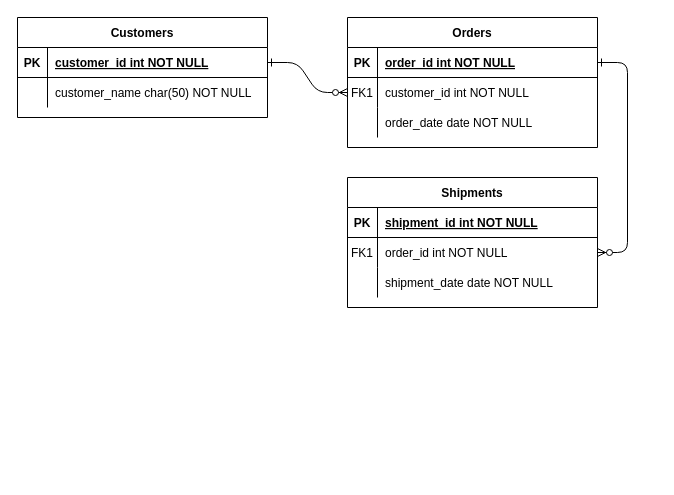
Before: Untitled Diagram.drawio in meghadhabali/sql, a draw.io diagram. Source tidied: cells renumbered, new cells numbered last; positions are measured from the earlier drawing's top-left corner, leaving out a move shared by most shapes. Both pictures are drawn from the tidied source at 100%, with x=0, y=0 at pixel (17, 17).
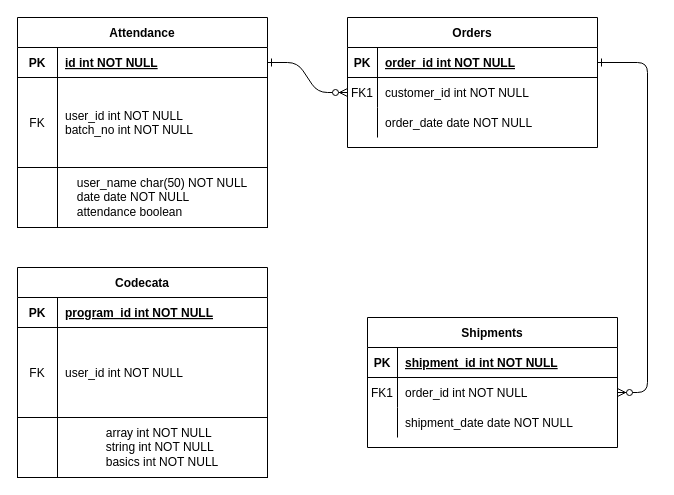
The same page after the edit.

Commit message:
Zen_ER_Diagram

Unchanged cells that the change refers to:
```xml
<mxCell id="25" style="shape=partialRectangle;fillColor=none;points=[[0,0.5],[1,0.5]];portConstraint=eastwest;top=0;left=0;right=0;bottom=1;" parent="24" vertex="1">
  <mxGeometry y="30" width="250" height="30" as="geometry" />
</mxCell>
```

Change to the diagram source:
```diff
@@
     <mxCell id="14" value="Shipments" style="shape=table;startSize=30;childLayout=tableLayout;rowLines=0;fontStyle=1;align=center;" parent="1" vertex="1">
-      <mxGeometry x="330" y="160" width="250" height="130" as="geometry" />
+      <mxGeometry x="350" y="300" width="250" height="130" as="geometry" />
     </mxCell>
@@
-    <mxCell id="24" value="Customers" style="shape=table;startSize=30;childLayout=tableLayout;rowLines=0;fontStyle=1;align=center;" parent="1" vertex="1">
-      <mxGeometry width="250" height="100" as="geometry" />
+    <mxCell id="24" value="Attendance" style="shape=table;startSize=30;childLayout=tableLayout;rowLines=0;fontStyle=1;align=center;" parent="1" vertex="1">
+      <mxGeometry width="250" height="150" as="geometry" />
     </mxCell>
@@
     <mxCell id="26" value="PK" style="shape=partialRectangle;overflow=hidden;fillColor=none;top=0;left=0;bottom=0;right=0;fontStyle=1;" parent="25" vertex="1">
-      <mxGeometry width="30" height="30" as="geometry" />
+      <mxGeometry width="40" height="30" as="geometry" />
     </mxCell>
-    <mxCell id="27" value="customer_id int NOT NULL " style="shape=partialRectangle;overflow=hidden;fillColor=none;top=0;left=0;bottom=0;right=0;align=left;spacingLeft=6;fontStyle=5;" parent="25" vertex="1">
-      <mxGeometry x="30" width="220" height="30" as="geometry" />
+    <mxCell id="27" value="id int NOT NULL " style="shape=partialRectangle;overflow=hidden;fillColor=none;top=0;left=0;bottom=0;right=0;align=left;spacingLeft=6;fontStyle=5;" parent="25" vertex="1">
+      <mxGeometry x="40" width="210" height="30" as="geometry" />
     </mxCell>
     <mxCell id="28" style="shape=partialRectangle;fillColor=none;top=0;left=0;right=0;bottom=0;" parent="24" vertex="1">
-      <mxGeometry y="60" width="250" height="30" as="geometry" />
+      <mxGeometry y="60" width="250" height="90" as="geometry" />
     </mxCell>
-    <mxCell id="29" style="shape=partialRectangle;overflow=hidden;fillColor=none;top=0;left=0;bottom=0;right=0;" parent="28" vertex="1">
-      <mxGeometry width="30" height="30" as="geometry" />
+    <mxCell id="29" value="FK" style="shape=partialRectangle;overflow=hidden;fillColor=none;top=0;left=0;bottom=0;right=0;" parent="28" vertex="1">
+      <mxGeometry width="40" height="90" as="geometry" />
     </mxCell>
-    <mxCell id="30" value="customer_name char(50) NOT NULL" style="shape=partialRectangle;overflow=hidden;fillColor=none;top=0;left=0;bottom=0;right=0;align=left;spacingLeft=6;" parent="28" vertex="1">
-      <mxGeometry x="30" width="220" height="30" as="geometry" />
+    <mxCell id="30" value="user_id int NOT NULL&#10;batch_no int NOT NULL" style="shape=partialRectangle;overflow=hidden;fillColor=none;top=0;left=0;bottom=0;right=0;align=left;spacingLeft=6;" parent="28" vertex="1">
+      <mxGeometry x="40" width="210" height="90" as="geometry" />
     </mxCell>
+    <mxCell id="31" value="&lt;div style=&quot;text-align: justify&quot;&gt;&lt;span style=&quot;text-align: left&quot;&gt;user_name char(50) NOT NULL&lt;/span&gt;&lt;/div&gt;&lt;span style=&quot;text-align: left&quot;&gt;&lt;div style=&quot;text-align: justify&quot;&gt;&lt;span&gt;date date NOT NULL&lt;/span&gt;&lt;/div&gt;&lt;/span&gt;&lt;span style=&quot;text-align: left&quot;&gt;&lt;div style=&quot;text-align: justify&quot;&gt;&lt;span&gt;attendance boolean&lt;/span&gt;&lt;/div&gt;&lt;/span&gt;" style="rounded=0;whiteSpace=wrap;html=1;" parent="1" vertex="1">
+      <mxGeometry x="40" y="150" width="210" height="60" as="geometry" />
+    </mxCell>
+    <mxCell id="32" style="rounded=0;whiteSpace=wrap;html=1;" parent="1" vertex="1">
+      <mxGeometry y="150" width="40" height="60" as="geometry" />
+    </mxCell>
+    <mxCell id="33" value="&lt;div style=&quot;text-align: justify&quot;&gt;&lt;span style=&quot;text-align: left&quot;&gt;array int NOT NULL&lt;/span&gt;&lt;/div&gt;&lt;span style=&quot;text-align: left&quot;&gt;&lt;div style=&quot;text-align: justify&quot;&gt;&lt;span&gt;string int NOT NULL&lt;/span&gt;&lt;/div&gt;&lt;div style=&quot;text-align: justify&quot;&gt;&lt;span style=&quot;text-align: center&quot;&gt;basics int NOT NULL&lt;/span&gt;&lt;/div&gt;&lt;/span&gt;" style="rounded=0;whiteSpace=wrap;html=1;" parent="1" vertex="1">
+      <mxGeometry x="40" y="400" width="210" height="60" as="geometry" />
+    </mxCell>
+    <mxCell id="34" style="rounded=0;whiteSpace=wrap;html=1;" parent="1" vertex="1">
+      <mxGeometry y="400" width="40" height="60" as="geometry" />
+    </mxCell>
+    <mxCell id="35" value="Codecata" style="shape=table;startSize=30;childLayout=tableLayout;rowLines=0;fontStyle=1;align=center;" parent="1" vertex="1">
+      <mxGeometry y="250" width="250" height="150" as="geometry" />
+    </mxCell>
+    <mxCell id="36" style="shape=partialRectangle;fillColor=none;top=0;left=0;right=0;bottom=1;" parent="35" vertex="1">
+      <mxGeometry y="30" width="250" height="30" as="geometry" />
+    </mxCell>
+    <mxCell id="37" value="PK" style="shape=partialRectangle;overflow=hidden;fillColor=none;top=0;left=0;bottom=0;right=0;fontStyle=1;" parent="36" vertex="1">
+      <mxGeometry width="40" height="30" as="geometry" />
+    </mxCell>
+    <mxCell id="38" value="program_id int NOT NULL " style="shape=partialRectangle;overflow=hidden;fillColor=none;top=0;left=0;bottom=0;right=0;align=left;spacingLeft=6;fontStyle=5;" parent="36" vertex="1">
+      <mxGeometry x="40" width="210" height="30" as="geometry" />
+    </mxCell>
+    <mxCell id="39" style="shape=partialRectangle;fillColor=none;top=0;left=0;right=0;bottom=0;" parent="35" vertex="1">
+      <mxGeometry y="60" width="250" height="90" as="geometry" />
+    </mxCell>
+    <mxCell id="40" value="FK" style="shape=partialRectangle;overflow=hidden;fillColor=none;top=0;left=0;bottom=0;right=0;" parent="39" vertex="1">
+      <mxGeometry width="40" height="90" as="geometry" />
+    </mxCell>
+    <mxCell id="41" value="user_id int NOT NULL" style="shape=partialRectangle;overflow=hidden;fillColor=none;top=0;left=0;bottom=0;right=0;align=left;spacingLeft=6;" parent="39" vertex="1">
+      <mxGeometry x="40" width="210" height="90" as="geometry" />
+    </mxCell>
```
